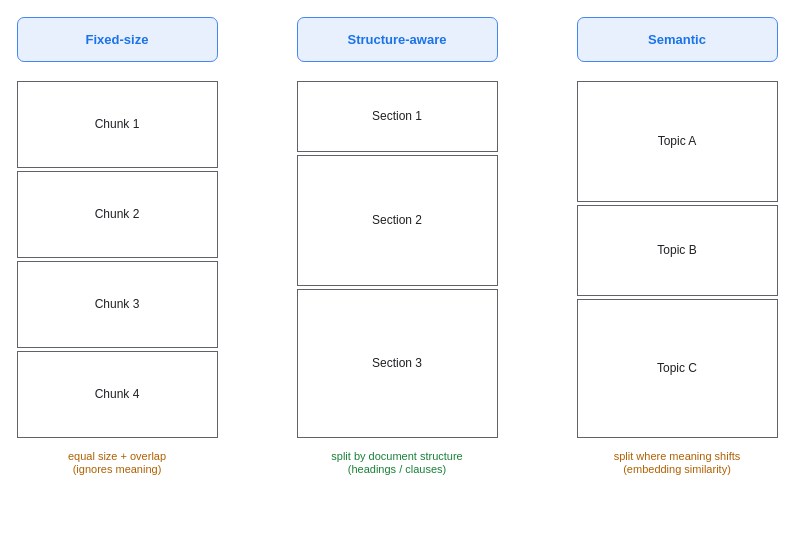
KKamJi98/kkamji98.github.io keeps this draw.io diagram as assets/img/ai/rag-02-chunking-strategies.drawio. Above is the earlier version. Source tidied: cells renumbered, new cells numbered last; positions are measured from the earlier drawing's top-left corner, leaving out a move shared by most shapes. Both pictures are drawn from the tidied source at 100%, with x=0, y=0 at pixel (17, 17).
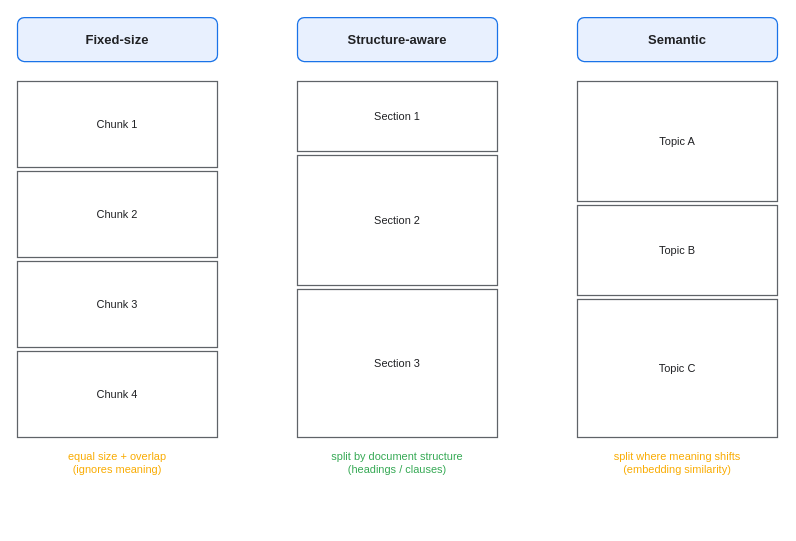
The same page after the edit.

What changed in the source:
```diff
@@
-<mxGraphModel>
+<mxGraphModel background="#FFFFFF">
   <root>
     <mxCell id="0" />
     <mxCell id="1" parent="0" />
-    <mxCell id="2" value="Fixed-size" style="rounded=1;whiteSpace=wrap;html=0;fillColor=#E8F0FE;strokeColor=#4285F4;shadow=0;fontSize=13;fontStyle=1;fontColor=#1A73E8;" parent="1" vertex="1">
+    <mxCell id="2" value="Fixed-size" style="rounded=1;whiteSpace=wrap;html=0;fillColor=#E8F0FE;strokeColor=#1A73E8;shadow=0;fontSize=13;fontStyle=1;fontColor=#202124;strokeWidth=1.25;" parent="1" vertex="1">
       <mxGeometry width="200" height="44" as="geometry" />
     </mxCell>
-    <mxCell id="3" value="Structure-aware" style="rounded=1;whiteSpace=wrap;html=0;fillColor=#E8F0FE;strokeColor=#4285F4;shadow=0;fontSize=13;fontStyle=1;fontColor=#1A73E8;" parent="1" vertex="1">
+    <mxCell id="3" value="Structure-aware" style="rounded=1;whiteSpace=wrap;html=0;fillColor=#E8F0FE;strokeColor=#1A73E8;shadow=0;fontSize=13;fontStyle=1;fontColor=#202124;strokeWidth=1.25;" parent="1" vertex="1">
       <mxGeometry x="280" width="200" height="44" as="geometry" />
     </mxCell>
-    <mxCell id="4" value="Semantic" style="rounded=1;whiteSpace=wrap;html=0;fillColor=#E8F0FE;strokeColor=#4285F4;shadow=0;fontSize=13;fontStyle=1;fontColor=#1A73E8;" parent="1" vertex="1">
+    <mxCell id="4" value="Semantic" style="rounded=1;whiteSpace=wrap;html=0;fillColor=#E8F0FE;strokeColor=#1A73E8;shadow=0;fontSize=13;fontStyle=1;fontColor=#202124;strokeWidth=1.25;" parent="1" vertex="1">
       <mxGeometry x="560" width="200" height="44" as="geometry" />
     </mxCell>
-    <mxCell id="5" value="Chunk 1" style="rounded=0;whiteSpace=wrap;html=0;fillColor=#FFFFFF;strokeColor=#5F6368;shadow=0;fontSize=12;fontColor=#202124;" parent="1" vertex="1">
+    <mxCell id="5" value="Chunk 1" style="rounded=0;whiteSpace=wrap;html=0;fillColor=#FFFFFF;strokeColor=#5F6368;shadow=0;fontSize=11;fontColor=#202124;strokeWidth=1.25;" parent="1" vertex="1">
       <mxGeometry y="64" width="200" height="86" as="geometry" />
     </mxCell>
-    <mxCell id="6" value="Chunk 2" style="rounded=0;whiteSpace=wrap;html=0;fillColor=#FFFFFF;strokeColor=#5F6368;shadow=0;fontSize=12;fontColor=#202124;" parent="1" vertex="1">
+    <mxCell id="6" value="Chunk 2" style="rounded=0;whiteSpace=wrap;html=0;fillColor=#FFFFFF;strokeColor=#5F6368;shadow=0;fontSize=11;fontColor=#202124;strokeWidth=1.25;" parent="1" vertex="1">
       <mxGeometry y="154" width="200" height="86" as="geometry" />
     </mxCell>
-    <mxCell id="7" value="Chunk 3" style="rounded=0;whiteSpace=wrap;html=0;fillColor=#FFFFFF;strokeColor=#5F6368;shadow=0;fontSize=12;fontColor=#202124;" parent="1" vertex="1">
+    <mxCell id="7" value="Chunk 3" style="rounded=0;whiteSpace=wrap;html=0;fillColor=#FFFFFF;strokeColor=#5F6368;shadow=0;fontSize=11;fontColor=#202124;strokeWidth=1.25;" parent="1" vertex="1">
       <mxGeometry y="244" width="200" height="86" as="geometry" />
     </mxCell>
-    <mxCell id="8" value="Chunk 4" style="rounded=0;whiteSpace=wrap;html=0;fillColor=#FFFFFF;strokeColor=#5F6368;shadow=0;fontSize=12;fontColor=#202124;" parent="1" vertex="1">
+    <mxCell id="8" value="Chunk 4" style="rounded=0;whiteSpace=wrap;html=0;fillColor=#FFFFFF;strokeColor=#5F6368;shadow=0;fontSize=11;fontColor=#202124;strokeWidth=1.25;" parent="1" vertex="1">
       <mxGeometry y="334" width="200" height="86" as="geometry" />
     </mxCell>
-    <mxCell id="9" value="equal size + overlap&#10;(ignores meaning)" style="text;html=0;align=center;fontSize=11;fontColor=#B06000;" parent="1" vertex="1">
+    <mxCell id="9" value="equal size + overlap&#10;(ignores meaning)" style="text;html=0;align=center;fontSize=11;fontColor=#F9AB00;" parent="1" vertex="1">
       <mxGeometry y="426" width="200" height="80" as="geometry" />
     </mxCell>
-    <mxCell id="10" value="Section 1" style="rounded=0;whiteSpace=wrap;html=0;fillColor=#FFFFFF;strokeColor=#5F6368;shadow=0;fontSize=12;fontColor=#202124;" parent="1" vertex="1">
+    <mxCell id="10" value="Section 1" style="rounded=0;whiteSpace=wrap;html=0;fillColor=#FFFFFF;strokeColor=#5F6368;shadow=0;fontSize=11;fontColor=#202124;strokeWidth=1.25;" parent="1" vertex="1">
       <mxGeometry x="280" y="64" width="200" height="70" as="geometry" />
     </mxCell>
-    <mxCell id="11" value="Section 2" style="rounded=0;whiteSpace=wrap;html=0;fillColor=#FFFFFF;strokeColor=#5F6368;shadow=0;fontSize=12;fontColor=#202124;" parent="1" vertex="1">
+    <mxCell id="11" value="Section 2" style="rounded=0;whiteSpace=wrap;html=0;fillColor=#FFFFFF;strokeColor=#5F6368;shadow=0;fontSize=11;fontColor=#202124;strokeWidth=1.25;" parent="1" vertex="1">
       <mxGeometry x="280" y="138" width="200" height="130" as="geometry" />
     </mxCell>
-    <mxCell id="12" value="Section 3" style="rounded=0;whiteSpace=wrap;html=0;fillColor=#FFFFFF;strokeColor=#5F6368;shadow=0;fontSize=12;fontColor=#202124;" parent="1" vertex="1">
+    <mxCell id="12" value="Section 3" style="rounded=0;whiteSpace=wrap;html=0;fillColor=#FFFFFF;strokeColor=#5F6368;shadow=0;fontSize=11;fontColor=#202124;strokeWidth=1.25;" parent="1" vertex="1">
       <mxGeometry x="280" y="272" width="200" height="148" as="geometry" />
     </mxCell>
-    <mxCell id="13" value="split by document structure&#10;(headings / clauses)" style="text;html=0;align=center;fontSize=11;fontColor=#188038;" parent="1" vertex="1">
+    <mxCell id="13" value="split by document structure&#10;(headings / clauses)" style="text;html=0;align=center;fontSize=11;fontColor=#34A853;" parent="1" vertex="1">
       <mxGeometry x="280" y="426" width="200" height="80" as="geometry" />
     </mxCell>
-    <mxCell id="14" value="Topic A" style="rounded=0;whiteSpace=wrap;html=0;fillColor=#FFFFFF;strokeColor=#5F6368;shadow=0;fontSize=12;fontColor=#202124;" parent="1" vertex="1">
+    <mxCell id="14" value="Topic A" style="rounded=0;whiteSpace=wrap;html=0;fillColor=#FFFFFF;strokeColor=#5F6368;shadow=0;fontSize=11;fontColor=#202124;strokeWidth=1.25;" parent="1" vertex="1">
       <mxGeometry x="560" y="64" width="200" height="120" as="geometry" />
     </mxCell>
-    <mxCell id="15" value="Topic B" style="rounded=0;whiteSpace=wrap;html=0;fillColor=#FFFFFF;strokeColor=#5F6368;shadow=0;fontSize=12;fontColor=#202124;" parent="1" vertex="1">
+    <mxCell id="15" value="Topic B" style="rounded=0;whiteSpace=wrap;html=0;fillColor=#FFFFFF;strokeColor=#5F6368;shadow=0;fontSize=11;fontColor=#202124;strokeWidth=1.25;" parent="1" vertex="1">
       <mxGeometry x="560" y="188" width="200" height="90" as="geometry" />
     </mxCell>
-    <mxCell id="16" value="Topic C" style="rounded=0;whiteSpace=wrap;html=0;fillColor=#FFFFFF;strokeColor=#5F6368;shadow=0;fontSize=12;fontColor=#202124;" parent="1" vertex="1">
+    <mxCell id="16" value="Topic C" style="rounded=0;whiteSpace=wrap;html=0;fillColor=#FFFFFF;strokeColor=#5F6368;shadow=0;fontSize=11;fontColor=#202124;strokeWidth=1.25;" parent="1" vertex="1">
       <mxGeometry x="560" y="282" width="200" height="138" as="geometry" />
     </mxCell>
-    <mxCell id="17" value="split where meaning shifts&#10;(embedding similarity)" style="text;html=0;align=center;fontSize=11;fontColor=#B06000;" parent="1" vertex="1">
+    <mxCell id="17" value="split where meaning shifts&#10;(embedding similarity)" style="text;html=0;align=center;fontSize=11;fontColor=#F9AB00;" parent="1" vertex="1">
       <mxGeometry x="560" y="426" width="200" height="80" as="geometry" />
     </mxCell>
   </root>
 </mxGraphModel>
```
